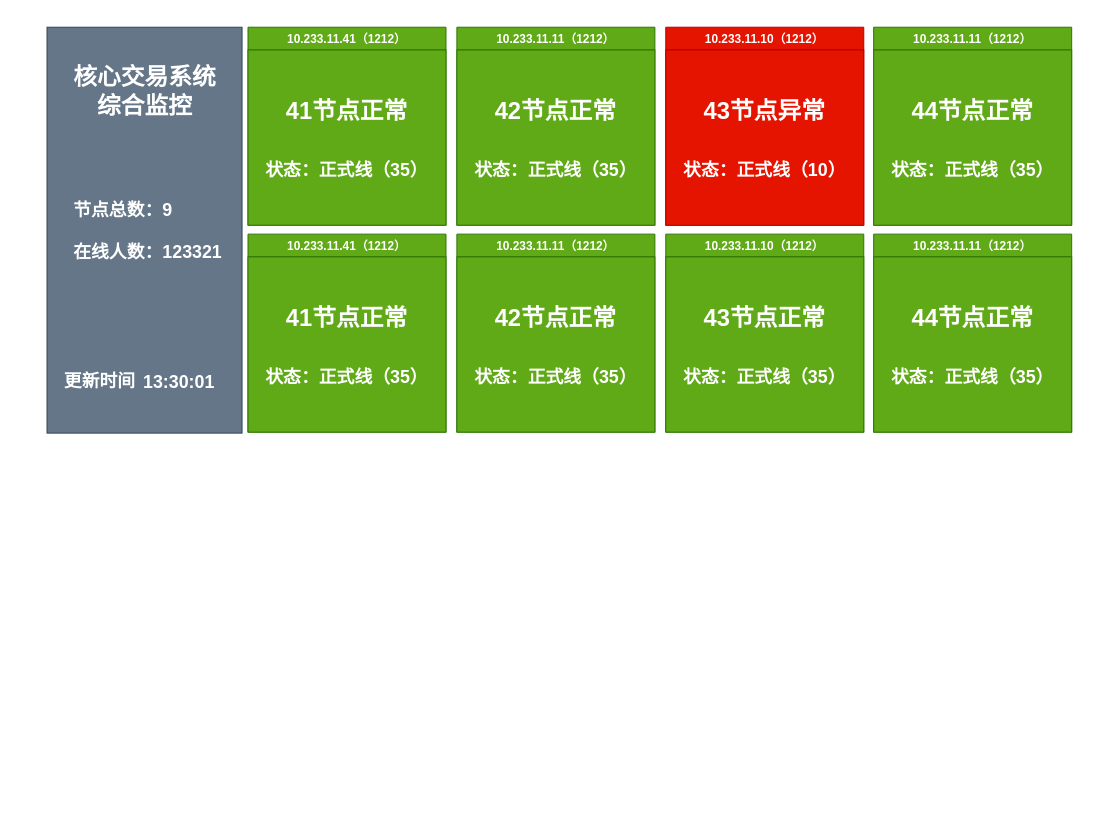
The draw.io diagram page "第 3 页" (3 of 3) of Untitled Diagram.drawio in qinyuLT/Amadeus, before the edit. Source tidied: cells renumbered, new cells numbered last; positions are measured from the earlier drawing's top-left corner, leaving out a move shared by most shapes. Both pictures are drawn from the tidied source at 99%, with x=0, y=0 at pixel (47, 27).
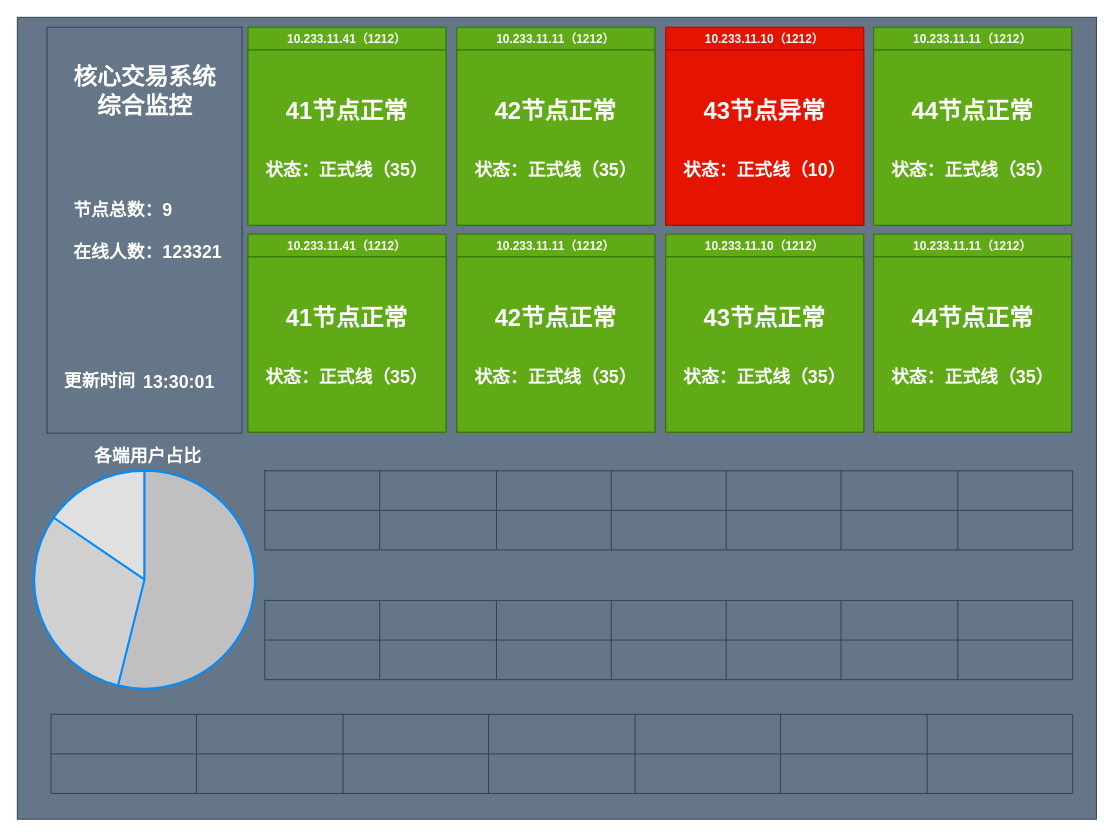
Above is the later version.

What changed in the source:
```diff
@@
+    <mxCell id="39" style="rounded=0;whiteSpace=wrap;html=1;fillColor=#647687;strokeColor=#314354;fontColor=#ffffff;" parent="1" vertex="1">
+      <mxGeometry x="-30" y="-10" width="1090" height="810" as="geometry" />
+    </mxCell>
@@
+    <mxCell id="40" style="verticalLabelPosition=bottom;shadow=0;dashed=0;align=center;html=1;verticalAlign=top;strokeWidth=1;shape=mxgraph.mockup.graphics.pieChart;strokeColor=#008cff;parts=10,20,35;partColors=#e0e0e0,#d0d0d0,#c0c0c0,#b0b0b0,#a0a0a0;strokeWidth=2;" parent="1" vertex="1">
+      <mxGeometry x="-13" y="448" width="223" height="220" as="geometry" />
+    </mxCell>
+    <mxCell id="41" style="shape=table;html=1;whiteSpace=wrap;startSize=0;childLayout=tableLayout;fillColor=#647687;strokeColor=#314354;fontColor=#ffffff;" parent="1" vertex="1">
+      <mxGeometry x="220" y="448" width="816" height="80" as="geometry" />
+    </mxCell>
+    <mxCell id="42" style="shape=partialRectangle;html=1;whiteSpace=wrap;fillColor=none;top=0;left=0;bottom=0;right=0;" parent="41" vertex="1">
+      <mxGeometry width="816" height="40" as="geometry" />
+    </mxCell>
+    <mxCell id="43" style="shape=partialRectangle;html=1;whiteSpace=wrap;overflow=hidden;fillColor=none;top=0;left=0;bottom=0;right=0;" parent="42" vertex="1">
+      <mxGeometry width="116" height="40" as="geometry" />
+    </mxCell>
+    <mxCell id="44" style="shape=partialRectangle;html=1;whiteSpace=wrap;overflow=hidden;fillColor=none;top=0;left=0;bottom=0;right=0;" parent="42" vertex="1">
+      <mxGeometry x="116" width="118" height="40" as="geometry" />
+    </mxCell>
+    <mxCell id="45" style="shape=partialRectangle;html=1;whiteSpace=wrap;overflow=hidden;fillColor=none;top=0;left=0;bottom=0;right=0;" parent="42" vertex="1">
+      <mxGeometry x="234" width="116" height="40" as="geometry" />
+    </mxCell>
+    <mxCell id="46" style="shape=partialRectangle;html=1;whiteSpace=wrap;overflow=hidden;fillColor=none;top=0;left=0;bottom=0;right=0;" parent="42" vertex="1">
+      <mxGeometry x="350" width="116" height="40" as="geometry" />
+    </mxCell>
+    <mxCell id="47" style="shape=partialRectangle;html=1;whiteSpace=wrap;overflow=hidden;fillColor=none;top=0;left=0;bottom=0;right=0;" parent="42" vertex="1">
+      <mxGeometry x="466" width="116" height="40" as="geometry" />
+    </mxCell>
+    <mxCell id="48" style="shape=partialRectangle;html=1;whiteSpace=wrap;overflow=hidden;fillColor=none;top=0;left=0;bottom=0;right=0;" parent="42" vertex="1">
+      <mxGeometry x="582" width="118" height="40" as="geometry" />
+    </mxCell>
+    <mxCell id="49" style="shape=partialRectangle;html=1;whiteSpace=wrap;overflow=hidden;fillColor=none;top=0;left=0;bottom=0;right=0;" parent="42" vertex="1">
+      <mxGeometry x="700" width="116" height="40" as="geometry" />
+    </mxCell>
+    <mxCell id="50" style="shape=partialRectangle;html=1;whiteSpace=wrap;fillColor=none;top=0;left=0;bottom=0;right=0;" parent="41" vertex="1">
+      <mxGeometry y="40" width="816" height="40" as="geometry" />
+    </mxCell>
+    <mxCell id="51" style="shape=partialRectangle;html=1;whiteSpace=wrap;overflow=hidden;fillColor=none;top=0;left=0;bottom=0;right=0;" parent="50" vertex="1">
+      <mxGeometry width="116" height="40" as="geometry" />
+    </mxCell>
+    <mxCell id="52" style="shape=partialRectangle;html=1;whiteSpace=wrap;overflow=hidden;fillColor=none;top=0;left=0;bottom=0;right=0;" parent="50" vertex="1">
+      <mxGeometry x="116" width="118" height="40" as="geometry" />
+    </mxCell>
+    <mxCell id="53" style="shape=partialRectangle;html=1;whiteSpace=wrap;overflow=hidden;fillColor=none;top=0;left=0;bottom=0;right=0;" parent="50" vertex="1">
+      <mxGeometry x="234" width="116" height="40" as="geometry" />
+    </mxCell>
+    <mxCell id="54" style="shape=partialRectangle;html=1;whiteSpace=wrap;overflow=hidden;fillColor=none;top=0;left=0;bottom=0;right=0;" parent="50" vertex="1">
+      <mxGeometry x="350" width="116" height="40" as="geometry" />
+    </mxCell>
+    <mxCell id="55" style="shape=partialRectangle;html=1;whiteSpace=wrap;overflow=hidden;fillColor=none;top=0;left=0;bottom=0;right=0;" parent="50" vertex="1">
+      <mxGeometry x="466" width="116" height="40" as="geometry" />
+    </mxCell>
+    <mxCell id="56" style="shape=partialRectangle;html=1;whiteSpace=wrap;overflow=hidden;fillColor=none;top=0;left=0;bottom=0;right=0;" parent="50" vertex="1">
+      <mxGeometry x="582" width="118" height="40" as="geometry" />
+    </mxCell>
+    <mxCell id="57" style="shape=partialRectangle;html=1;whiteSpace=wrap;overflow=hidden;fillColor=none;top=0;left=0;bottom=0;right=0;" parent="50" vertex="1">
+      <mxGeometry x="700" width="116" height="40" as="geometry" />
+    </mxCell>
+    <mxCell id="58" style="shape=table;html=1;whiteSpace=wrap;startSize=0;childLayout=tableLayout;fillColor=#647687;strokeColor=#314354;fontColor=#ffffff;" parent="1" vertex="1">
+      <mxGeometry x="4" y="694" width="1032" height="80" as="geometry" />
+    </mxCell>
+    <mxCell id="59" style="shape=partialRectangle;html=1;whiteSpace=wrap;fillColor=none;top=0;left=0;bottom=0;right=0;" parent="58" vertex="1">
+      <mxGeometry width="1032" height="40" as="geometry" />
+    </mxCell>
+    <mxCell id="60" style="shape=partialRectangle;html=1;whiteSpace=wrap;overflow=hidden;fillColor=none;top=0;left=0;bottom=0;right=0;" parent="59" vertex="1">
+      <mxGeometry width="147" height="40" as="geometry" />
+    </mxCell>
+    <mxCell id="61" style="shape=partialRectangle;html=1;whiteSpace=wrap;overflow=hidden;fillColor=none;top=0;left=0;bottom=0;right=0;" parent="59" vertex="1">
+      <mxGeometry x="147" width="148" height="40" as="geometry" />
+    </mxCell>
+    <mxCell id="62" style="shape=partialRectangle;html=1;whiteSpace=wrap;overflow=hidden;fillColor=none;top=0;left=0;bottom=0;right=0;" parent="59" vertex="1">
+      <mxGeometry x="295" width="147" height="40" as="geometry" />
+    </mxCell>
+    <mxCell id="63" style="shape=partialRectangle;html=1;whiteSpace=wrap;overflow=hidden;fillColor=none;top=0;left=0;bottom=0;right=0;" parent="59" vertex="1">
+      <mxGeometry x="442" width="148" height="40" as="geometry" />
+    </mxCell>
+    <mxCell id="64" style="shape=partialRectangle;html=1;whiteSpace=wrap;overflow=hidden;fillColor=none;top=0;left=0;bottom=0;right=0;" parent="59" vertex="1">
+      <mxGeometry x="590" width="147" height="40" as="geometry" />
+    </mxCell>
+    <mxCell id="65" style="shape=partialRectangle;html=1;whiteSpace=wrap;overflow=hidden;fillColor=none;top=0;left=0;bottom=0;right=0;" parent="59" vertex="1">
+      <mxGeometry x="737" width="148" height="40" as="geometry" />
+    </mxCell>
+    <mxCell id="66" style="shape=partialRectangle;html=1;whiteSpace=wrap;overflow=hidden;fillColor=none;top=0;left=0;bottom=0;right=0;" parent="59" vertex="1">
+      <mxGeometry x="885" width="147" height="40" as="geometry" />
+    </mxCell>
+    <mxCell id="67" style="shape=partialRectangle;html=1;whiteSpace=wrap;fillColor=none;top=0;left=0;bottom=0;right=0;" parent="58" vertex="1">
+      <mxGeometry y="40" width="1032" height="40" as="geometry" />
+    </mxCell>
+    <mxCell id="68" style="shape=partialRectangle;html=1;whiteSpace=wrap;overflow=hidden;fillColor=none;top=0;left=0;bottom=0;right=0;" parent="67" vertex="1">
+      <mxGeometry width="147" height="40" as="geometry" />
+    </mxCell>
+    <mxCell id="69" style="shape=partialRectangle;html=1;whiteSpace=wrap;overflow=hidden;fillColor=none;top=0;left=0;bottom=0;right=0;" parent="67" vertex="1">
+      <mxGeometry x="147" width="148" height="40" as="geometry" />
+    </mxCell>
+    <mxCell id="70" style="shape=partialRectangle;html=1;whiteSpace=wrap;overflow=hidden;fillColor=none;top=0;left=0;bottom=0;right=0;" parent="67" vertex="1">
+      <mxGeometry x="295" width="147" height="40" as="geometry" />
+    </mxCell>
+    <mxCell id="71" style="shape=partialRectangle;html=1;whiteSpace=wrap;overflow=hidden;fillColor=none;top=0;left=0;bottom=0;right=0;" parent="67" vertex="1">
+      <mxGeometry x="442" width="148" height="40" as="geometry" />
+    </mxCell>
+    <mxCell id="72" style="shape=partialRectangle;html=1;whiteSpace=wrap;overflow=hidden;fillColor=none;top=0;left=0;bottom=0;right=0;" parent="67" vertex="1">
+      <mxGeometry x="590" width="147" height="40" as="geometry" />
+    </mxCell>
+    <mxCell id="73" style="shape=partialRectangle;html=1;whiteSpace=wrap;overflow=hidden;fillColor=none;top=0;left=0;bottom=0;right=0;" parent="67" vertex="1">
+      <mxGeometry x="737" width="148" height="40" as="geometry" />
+    </mxCell>
+    <mxCell id="74" style="shape=partialRectangle;html=1;whiteSpace=wrap;overflow=hidden;fillColor=none;top=0;left=0;bottom=0;right=0;" parent="67" vertex="1">
+      <mxGeometry x="885" width="147" height="40" as="geometry" />
+    </mxCell>
+    <mxCell id="75" style="shape=table;html=1;whiteSpace=wrap;startSize=0;childLayout=tableLayout;fillColor=#647687;strokeColor=#314354;fontColor=#ffffff;" parent="1" vertex="1">
+      <mxGeometry x="220" y="579" width="816" height="80" as="geometry" />
+    </mxCell>
+    <mxCell id="76" style="shape=partialRectangle;html=1;whiteSpace=wrap;fillColor=none;top=0;left=0;bottom=0;right=0;" parent="75" vertex="1">
+      <mxGeometry width="816" height="40" as="geometry" />
+    </mxCell>
+    <mxCell id="77" style="shape=partialRectangle;html=1;whiteSpace=wrap;overflow=hidden;fillColor=none;top=0;left=0;bottom=0;right=0;" parent="76" vertex="1">
+      <mxGeometry width="116" height="40" as="geometry" />
+    </mxCell>
+    <mxCell id="78" style="shape=partialRectangle;html=1;whiteSpace=wrap;overflow=hidden;fillColor=none;top=0;left=0;bottom=0;right=0;" parent="76" vertex="1">
+      <mxGeometry x="116" width="118" height="40" as="geometry" />
+    </mxCell>
+    <mxCell id="79" style="shape=partialRectangle;html=1;whiteSpace=wrap;overflow=hidden;fillColor=none;top=0;left=0;bottom=0;right=0;" parent="76" vertex="1">
+      <mxGeometry x="234" width="116" height="40" as="geometry" />
+    </mxCell>
+    <mxCell id="80" style="shape=partialRectangle;html=1;whiteSpace=wrap;overflow=hidden;fillColor=none;top=0;left=0;bottom=0;right=0;" parent="76" vertex="1">
+      <mxGeometry x="350" width="116" height="40" as="geometry" />
+    </mxCell>
+    <mxCell id="81" style="shape=partialRectangle;html=1;whiteSpace=wrap;overflow=hidden;fillColor=none;top=0;left=0;bottom=0;right=0;" parent="76" vertex="1">
+      <mxGeometry x="466" width="116" height="40" as="geometry" />
+    </mxCell>
+    <mxCell id="82" style="shape=partialRectangle;html=1;whiteSpace=wrap;overflow=hidden;fillColor=none;top=0;left=0;bottom=0;right=0;" parent="76" vertex="1">
+      <mxGeometry x="582" width="118" height="40" as="geometry" />
+    </mxCell>
+    <mxCell id="83" style="shape=partialRectangle;html=1;whiteSpace=wrap;overflow=hidden;fillColor=none;top=0;left=0;bottom=0;right=0;" parent="76" vertex="1">
+      <mxGeometry x="700" width="116" height="40" as="geometry" />
+    </mxCell>
+    <mxCell id="84" style="shape=partialRectangle;html=1;whiteSpace=wrap;fillColor=none;top=0;left=0;bottom=0;right=0;" parent="75" vertex="1">
+      <mxGeometry y="40" width="816" height="40" as="geometry" />
+    </mxCell>
+    <mxCell id="85" style="shape=partialRectangle;html=1;whiteSpace=wrap;overflow=hidden;fillColor=none;top=0;left=0;bottom=0;right=0;" parent="84" vertex="1">
+      <mxGeometry width="116" height="40" as="geometry" />
+    </mxCell>
+    <mxCell id="86" style="shape=partialRectangle;html=1;whiteSpace=wrap;overflow=hidden;fillColor=none;top=0;left=0;bottom=0;right=0;" parent="84" vertex="1">
+      <mxGeometry x="116" width="118" height="40" as="geometry" />
+    </mxCell>
+    <mxCell id="87" style="shape=partialRectangle;html=1;whiteSpace=wrap;overflow=hidden;fillColor=none;top=0;left=0;bottom=0;right=0;" parent="84" vertex="1">
+      <mxGeometry x="234" width="116" height="40" as="geometry" />
+    </mxCell>
+    <mxCell id="88" style="shape=partialRectangle;html=1;whiteSpace=wrap;overflow=hidden;fillColor=none;top=0;left=0;bottom=0;right=0;" parent="84" vertex="1">
+      <mxGeometry x="350" width="116" height="40" as="geometry" />
+    </mxCell>
+    <mxCell id="89" style="shape=partialRectangle;html=1;whiteSpace=wrap;overflow=hidden;fillColor=none;top=0;left=0;bottom=0;right=0;" parent="84" vertex="1">
+      <mxGeometry x="466" width="116" height="40" as="geometry" />
+    </mxCell>
+    <mxCell id="90" style="shape=partialRectangle;html=1;whiteSpace=wrap;overflow=hidden;fillColor=none;top=0;left=0;bottom=0;right=0;" parent="84" vertex="1">
+      <mxGeometry x="582" width="118" height="40" as="geometry" />
+    </mxCell>
+    <mxCell id="91" style="shape=partialRectangle;html=1;whiteSpace=wrap;overflow=hidden;fillColor=none;top=0;left=0;bottom=0;right=0;" parent="84" vertex="1">
+      <mxGeometry x="700" width="116" height="40" as="geometry" />
+    </mxCell>
+    <mxCell id="92" value="&lt;font color=&quot;#ffffff&quot;&gt;&lt;span style=&quot;font-size: 18px&quot;&gt;&lt;b&gt;各端用户占比&lt;/b&gt;&lt;/span&gt;&lt;/font&gt;" style="text;html=1;strokeColor=none;fillColor=none;align=center;verticalAlign=middle;whiteSpace=wrap;rounded=0;" parent="1" vertex="1">
+      <mxGeometry x="8.5" y="409" width="186" height="50" as="geometry" />
+    </mxCell>
```
